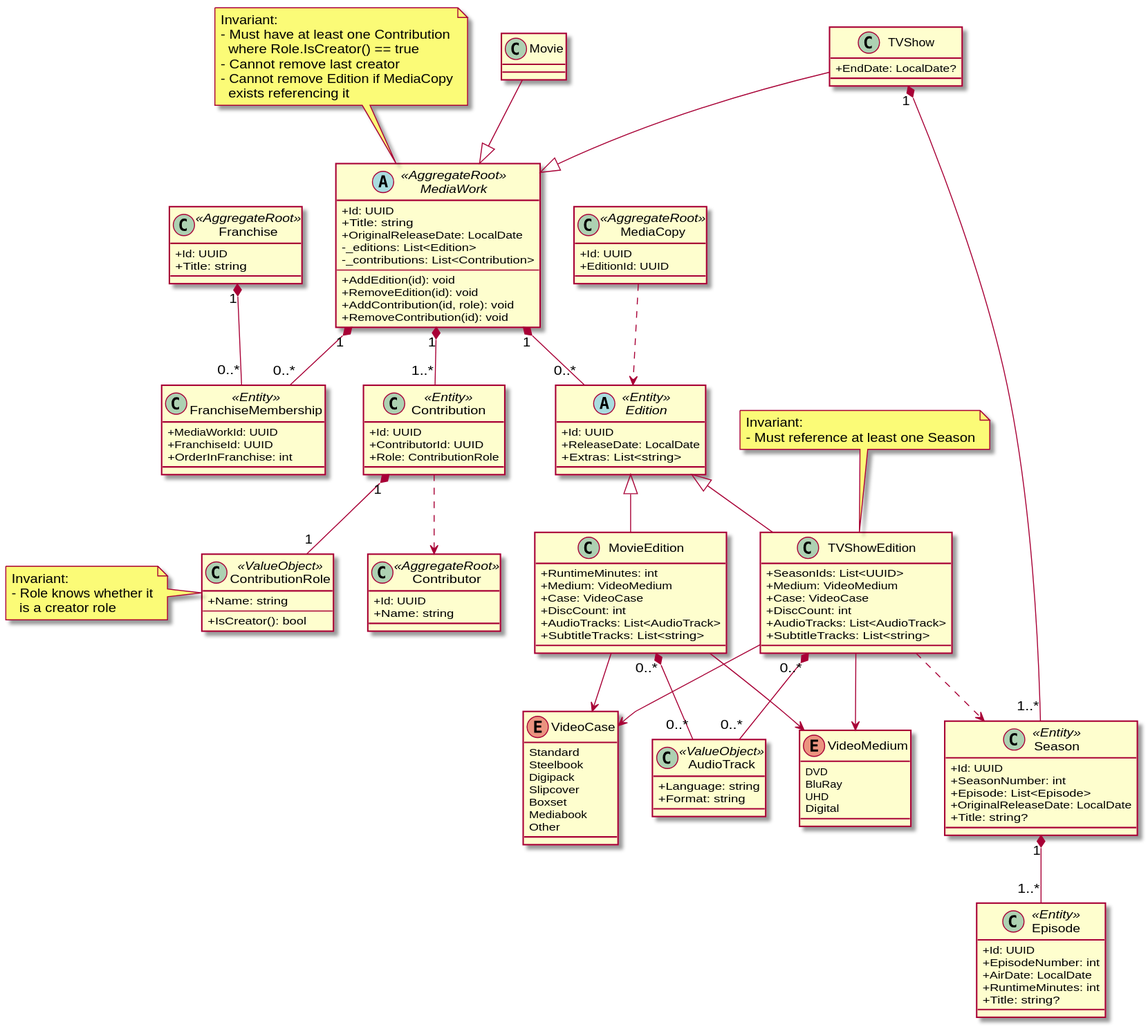
This is docs/diagrams/domain-work.svg from yantue/colleq, a PlantUML export, as it was before one commit.
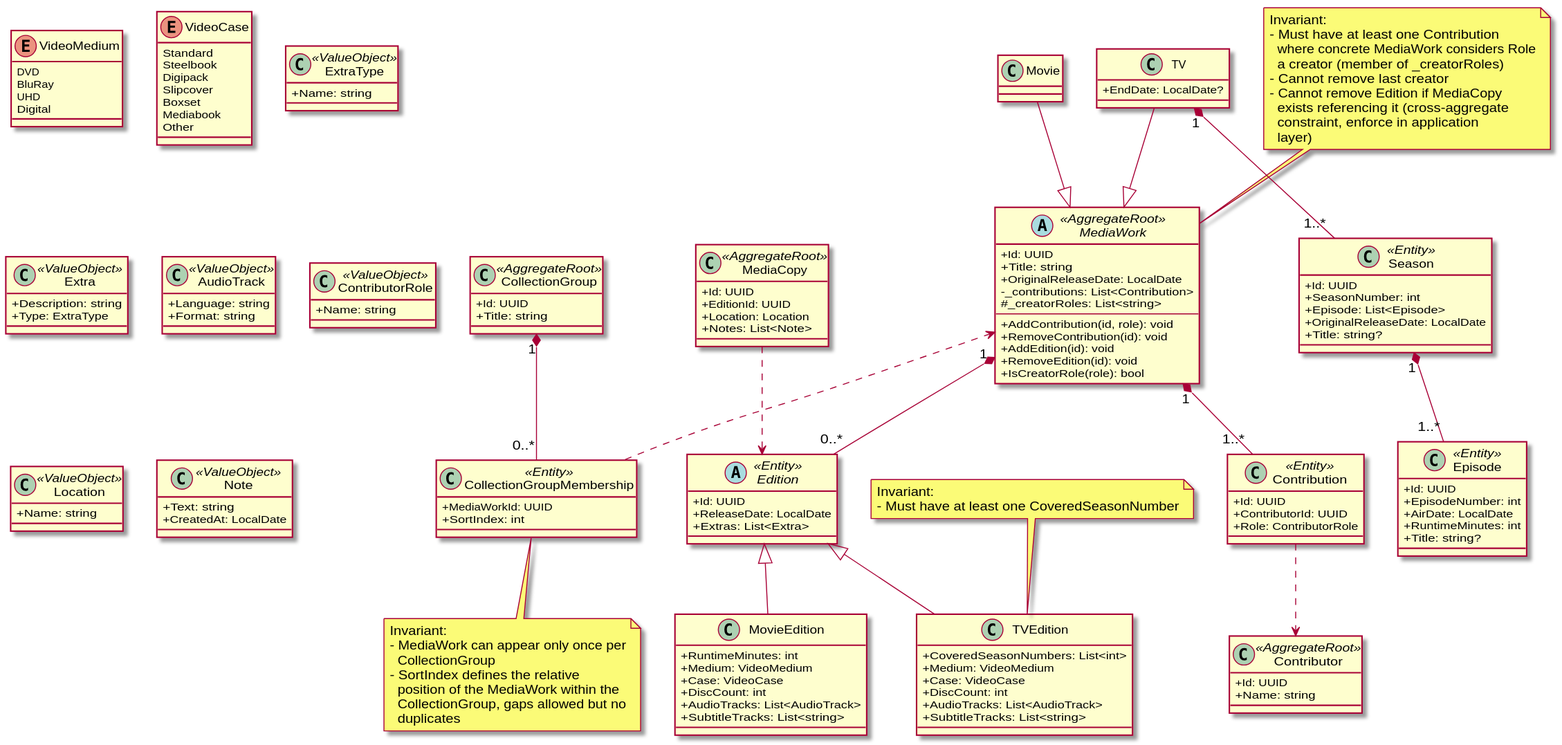
After the commit.

Commit message:
fix: generated diagrams out of sync

What changed in the source:
```diff
@@ -1,39 +1,65 @@
 @startuml
 skinparam classAttributeIconSize 0
 
-class Franchise <<AggregateRoot>> {
+enum VideoMedium {
+    DVD
+    BluRay
+    UHD
+    Digital
+}
+
+enum VideoCase {
+    Standard
+    Steelbook
+    Digipack
+    Slipcover
+    Boxset
+    Mediabook
+    Other
+}
+
+class CollectionGroup <<AggregateRoot>> {
     +Id: UUID
     +Title: string
 }
 
-class FranchiseMembership <<Entity>> {
+class CollectionGroupMembership <<Entity>> {
     +MediaWorkId: UUID
-    +FranchiseId: UUID
-    +OrderInFranchise: int
+    +SortIndex: int
 }
 
 abstract class MediaWork <<AggregateRoot>> {
     +Id: UUID
     +Title: string
     +OriginalReleaseDate: LocalDate
-    -_editions: List<Edition>
     -_contributions: List<Contribution>
+    #_creatorRoles: List<string>
     --
+    +AddContribution(id, role): void
+    +RemoveContribution(id): void
     +AddEdition(id): void
     +RemoveEdition(id): void
-    +AddContribution(id, role): void
-    +RemoveContribution(id): void
+    +IsCreatorRole(role): bool
 }
 
 class Movie
-class TVShow {
+class TV {
     +EndDate: LocalDate?
+}
+
+class ExtraType <<ValueObject>> {
+    +Name: string
+}
+
+class Extra <<ValueObject>> {
+    +Description: string
+    +Type: ExtraType
 }
 
 abstract class Edition <<Entity>> {
     +Id: UUID
     +ReleaseDate: LocalDate
-    +Extras: List<string>
+    +Extras: List<Extra>
 }
 
 class MovieEdition {
@@ -63,8 +89,8 @@
 
 Season "1" *-- "1..*" Episode
 
-class TVShowEdition {
-    +SeasonIds: List<UUID>
+class TVEdition {
+    +CoveredSeasonNumbers: List<int>
     +Medium: VideoMedium
     +Case: VideoCase
     +DiscCount: int
@@ -72,94 +98,83 @@
     +SubtitleTracks: List<string>
 }
 
-enum VideoMedium {
-    DVD
-    BluRay
-    UHD
-    Digital
-}
-
-enum VideoCase {
-    Standard
-    Steelbook
-    Digipack
-    Slipcover
-    Boxset
-    Mediabook
-    Other
-}
-
 class AudioTrack <<ValueObject>> {
     +Language: string
     +Format: string
 }
 
-Franchise "1" *-- "0..*" FranchiseMembership
+CollectionGroup "1" *-- "0..*" CollectionGroupMembership
 
-MediaWork "1" *-- "0..*" FranchiseMembership
+MediaWork <.. CollectionGroupMembership
 MediaWork "1" *-- "0..*" Edition
 
 Movie --|> MediaWork
-TVShow --|> MediaWork
+TV --|> MediaWork
 
 Edition <|-- MovieEdition
-Edition <|-- TVShowEdition
+Edition <|-- TVEdition
 
-MovieEdition "0..*" *-- "0..*" AudioTrack
-MovieEdition --> VideoMedium
-MovieEdition --> VideoCase
-
-TVShow "1" *-- "1..*" Season
-
-TVShowEdition ..> Season
-TVShowEdition "0..*" *-- "0..*" AudioTrack
-TVShowEdition --> VideoMedium
-TVShowEdition --> VideoCase
+TV "1" *-- "1..*" Season
 
 class Contributor <<AggregateRoot>> {
     +Id: UUID
     +Name: string
 }
 
-class ContributionRole <<ValueObject>> {
+class ContributorRole <<ValueObject>> {
     +Name: string
-    --
-    +IsCreator(): bool
 }
-
-note left of ContributionRole
-Invariant:
-- Role knows whether it
-  is a creator role
-end note
 
 class Contribution <<Entity>> {
     +Id: UUID
     +ContributorId: UUID
-    +Role: ContributionRole
+    +Role: ContributorRole
 }
 
 MediaWork "1" *-- "1..*" Contribution
-Contribution "1" *-- "1" ContributionRole
 Contribution ..> Contributor
 
 note top of MediaWork
 Invariant:
 - Must have at least one Contribution
-  where Role.IsCreator() == true
+  where concrete MediaWork considers Role
+  a creator (member of _creatorRoles)
 - Cannot remove last creator
 - Cannot remove Edition if MediaCopy
-  exists referencing it
+  exists referencing it (cross-aggregate
+  constraint, enforce in application
+  layer)
 end note
 
-note top of TVShowEdition
+note top of TVEdition
 Invariant:
-- Must reference at least one Season
+- Must have at least one CoveredSeasonNumber
 end note
+
+note bottom of CollectionGroupMembership
+Invariant:
+- MediaWork can appear only once per
+  CollectionGroup
+- SortIndex defines the relative
+  position of the MediaWork within the
+  CollectionGroup, gaps allowed but no
+  duplicates
+end note
+
+class Location <<ValueObject>> {
+    +Name: string
+}
+
+class Note <<ValueObject>> {
+    +Text: string
+    +CreatedAt: LocalDate
+}
 
 class MediaCopy <<AggregateRoot>> {
     +Id: UUID
     +EditionId: UUID
+    +Location: Location
+    +Notes: List<Note>
 }
 
 MediaCopy ..> Edition
```
